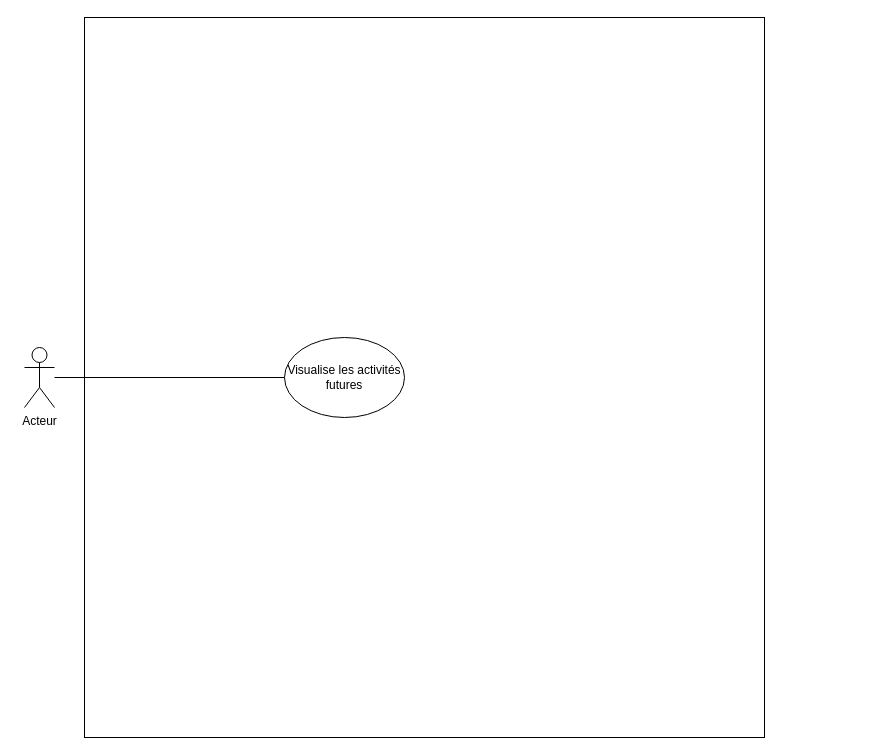
Creaprog/P10_01042022 keeps this draw.io diagram as user_case_calendrier.drawio. Above is the earlier version. Source tidied: cells renumbered, new cells numbered last; positions are measured from the earlier drawing's top-left corner, leaving out a move shared by most shapes. Both pictures are drawn from the tidied source at 100%, with x=0, y=0 at pixel (24, 17).
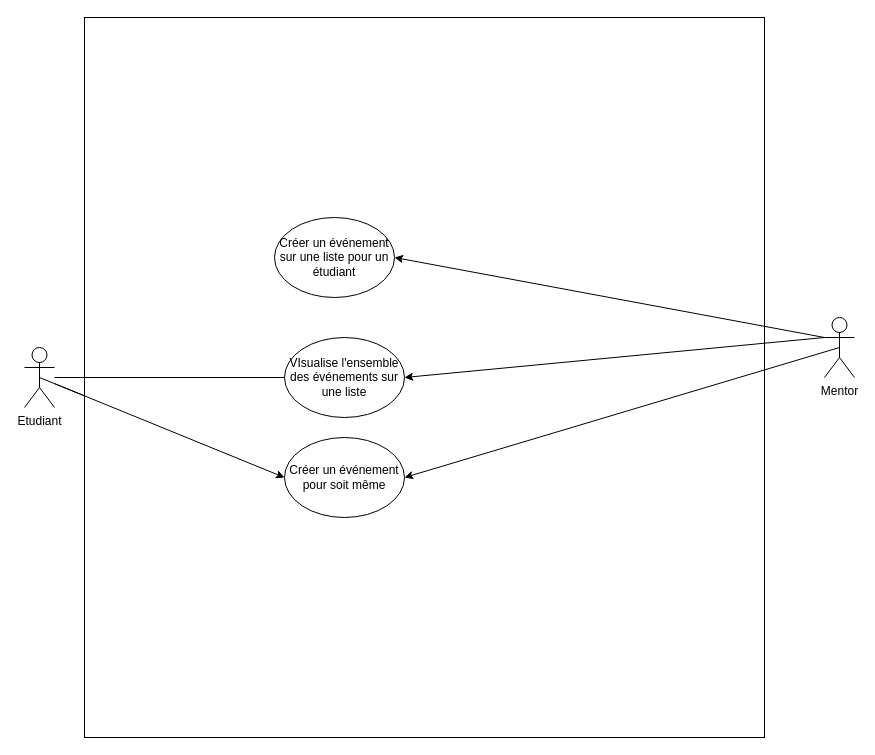
After the change.

Change to the diagram source:
```diff
@@
-<mxGraphModel>
+<mxGraphModel background="#ffffff">
   <root>
     <mxCell id="0" />
     <mxCell id="1" parent="0" />
+    <mxCell id="6" style="edgeStyle=none;html=1;exitX=0.5;exitY=0.5;exitDx=0;exitDy=0;exitPerimeter=0;entryX=0;entryY=0.5;entryDx=0;entryDy=0;" parent="1" edge="1" source="2" target="12">
+      <mxGeometry relative="1" as="geometry" />
+    </mxCell>
-    <mxCell id="2" value="Acteur" style="shape=umlActor;verticalLabelPosition=bottom;verticalAlign=top;html=1;outlineConnect=0;" parent="1" vertex="1">
+    <mxCell id="2" value="Etudiant" style="shape=umlActor;verticalLabelPosition=bottom;verticalAlign=top;html=1;outlineConnect=0;" parent="1" vertex="1">
       <mxGeometry y="330" width="30" height="60" as="geometry" />
     </mxCell>
     <mxCell id="3" style="rounded=0;whiteSpace=wrap;html=1;" parent="1" vertex="1">
       <mxGeometry x="60" width="680" height="720" as="geometry" />
     </mxCell>
-    <mxCell id="4" value="Visualise les activités futures" style="ellipse;whiteSpace=wrap;html=1;" parent="1" vertex="1">
+    <mxCell id="4" value="VIsualise l'ensemble des événements sur une liste" style="ellipse;whiteSpace=wrap;html=1;" parent="1" vertex="1">
       <mxGeometry x="260" y="320" width="120" height="80" as="geometry" />
     </mxCell>
     <mxCell id="5" style="endArrow=none;html=1;strokeColor=default;" parent="1" edge="1" source="2" target="4">
       <mxGeometry relative="1" as="geometry" />
     </mxCell>
+    <mxCell id="7" style="edgeStyle=none;html=1;exitX=0;exitY=0.3333333333333333;exitDx=0;exitDy=0;exitPerimeter=0;entryX=1;entryY=0.5;entryDx=0;entryDy=0;" parent="1" edge="1" source="9" target="4">
+      <mxGeometry relative="1" as="geometry" />
+    </mxCell>
+    <mxCell id="8" style="edgeStyle=none;html=1;exitX=0.5;exitY=0.5;exitDx=0;exitDy=0;exitPerimeter=0;entryX=1;entryY=0.5;entryDx=0;entryDy=0;" parent="1" edge="1" source="9" target="12">
+      <mxGeometry relative="1" as="geometry" />
+    </mxCell>
+    <mxCell id="9" value="Mentor" style="shape=umlActor;verticalLabelPosition=bottom;verticalAlign=top;html=1;outlineConnect=0;" parent="1" vertex="1">
+      <mxGeometry x="800" y="300" width="30" height="60" as="geometry" />
+    </mxCell>
+    <mxCell id="10" value="Créer un événement sur une liste pour un étudiant" style="ellipse;whiteSpace=wrap;html=1;" parent="1" vertex="1">
+      <mxGeometry x="250" y="200" width="120" height="80" as="geometry" />
+    </mxCell>
+    <mxCell id="11" style="endArrow=classic;html=1;exitX=0;exitY=0.3333333333333333;exitDx=0;exitDy=0;exitPerimeter=0;entryX=1;entryY=0.5;entryDx=0;entryDy=0;" parent="1" edge="1" source="9" target="10">
+      <mxGeometry relative="1" as="geometry" />
+    </mxCell>
+    <mxCell id="12" value="Créer un événement pour soit même" style="ellipse;whiteSpace=wrap;html=1;" parent="1" vertex="1">
+      <mxGeometry x="260" y="420" width="120" height="80" as="geometry" />
+    </mxCell>
+    <mxCell id="13" style="endArrow=classic;html=1;entryX=0;entryY=0.5;entryDx=0;entryDy=0;" parent="1" edge="1" source="2" target="12">
+      <mxGeometry relative="1" as="geometry" />
+    </mxCell>
   </root>
 </mxGraphModel>
```
